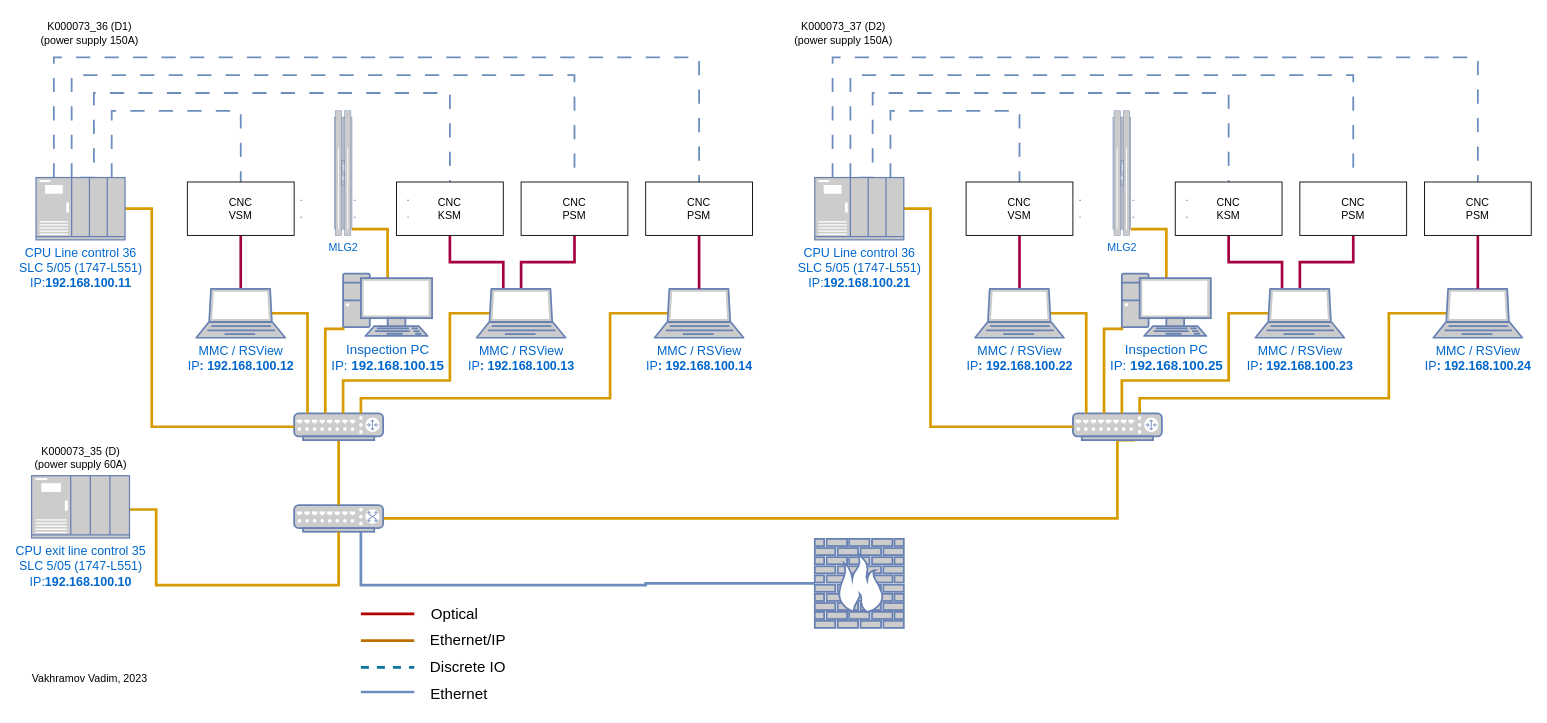
Before: page "Network BR-C2" (1 of 2) of BR-C2_network_diagram.drawio in megavad/Diagrams, a draw.io diagram. Source tidied: cells renumbered, new cells numbered last; positions are measured from the earlier drawing's top-left corner, leaving out a move shared by most shapes. Both pictures are drawn from the tidied source at 89%, with x=0, y=0 at pixel (22, 15).
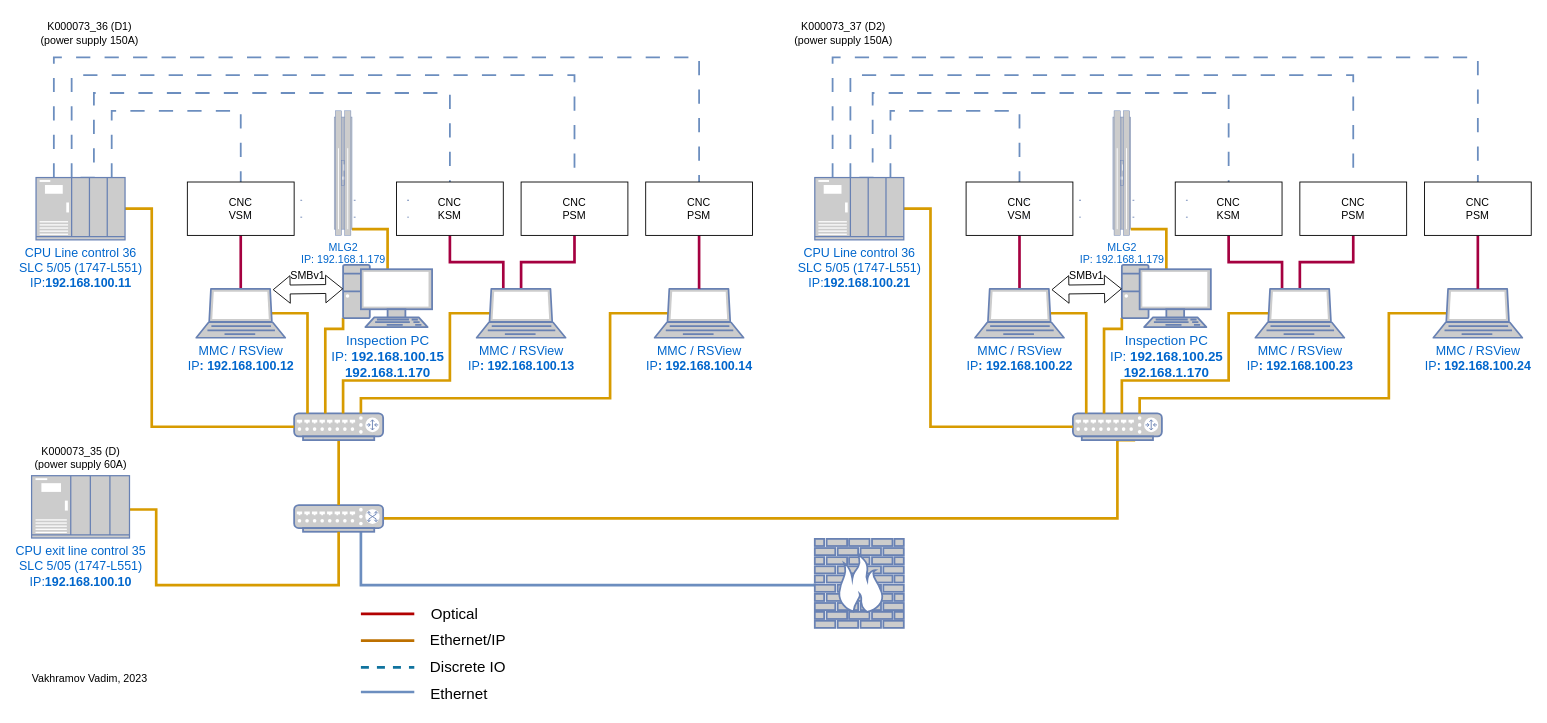
Above is the later version.

Unchanged cells that the change refers to:
```xml
<mxCell id="4" style="fontColor=#0066CC;verticalAlign=top;verticalLabelPosition=bottom;labelPosition=center;align=center;html=1;outlineConnect=0;fillColor=#CCCCCC;strokeColor=#6881B3;gradientColor=none;gradientDirection=north;strokeWidth=2;shape=mxgraph.networks.switch;" parent="1" vertex="1">
  <mxGeometry x="305" y="550" width="100" height="30" as="geometry" />
</mxCell>
<mxCell id="51" style="fontColor=#0066CC;verticalAlign=top;verticalLabelPosition=bottom;labelPosition=center;align=center;html=1;outlineConnect=0;fillColor=#CCCCCC;strokeColor=#6881B3;gradientColor=none;gradientDirection=north;strokeWidth=2;shape=mxgraph.networks.firewall;" parent="1" vertex="1">
  <mxGeometry x="890" y="588" width="100" height="100" as="geometry" />
</mxCell>
```

The edit, as a diff of the source:
```diff
@@
     <mxCell id="3" style="edgeStyle=orthogonalEdgeStyle;rounded=0;jettySize=auto;html=1;entryX=0;entryY=0.5;entryDx=0;entryDy=0;entryPerimeter=0;strokeWidth=3;endArrow=none;endFill=0;fillColor=#dae8fc;strokeColor=#6c8ebf;" parent="1" edge="1" source="4" target="51">
       <mxGeometry relative="1" as="geometry">
         <Array as="points">
           <mxPoint x="380" y="640" />
-          <mxPoint x="700" y="640" />
+          <mxPoint x="890" y="640" />
         </Array>
       </mxGeometry>
     </mxCell>
@@
-    <mxCell id="41" value="Inspection PC&lt;br&gt;IP: &lt;b&gt;192.168.100.15&lt;/b&gt;" style="fontColor=#0066CC;verticalAlign=top;verticalLabelPosition=bottom;labelPosition=center;align=center;html=1;outlineConnect=0;fillColor=#CCCCCC;strokeColor=#6881B3;gradientColor=none;gradientDirection=north;strokeWidth=2;shape=mxgraph.networks.pc;fontSize=15;" parent="1" vertex="1">
-      <mxGeometry x="360" y="290" width="100" height="70" as="geometry" />
+    <mxCell id="41" value="Inspection PC&lt;br&gt;IP: &lt;b&gt;192.168.100.15&lt;br&gt;192.168.1.170&lt;br&gt;&lt;/b&gt;" style="fontColor=#0066CC;verticalAlign=top;verticalLabelPosition=bottom;labelPosition=center;align=center;html=1;outlineConnect=0;fillColor=#CCCCCC;strokeColor=#6881B3;gradientColor=none;gradientDirection=north;strokeWidth=2;shape=mxgraph.networks.pc;fontSize=15;" parent="1" vertex="1">
+      <mxGeometry x="360" y="280" width="100" height="70" as="geometry" />
     </mxCell>
@@
-    <mxCell id="50" value="MLG2" style="fontColor=#0066CC;verticalAlign=top;verticalLabelPosition=bottom;labelPosition=center;align=center;html=1;outlineConnect=0;fillColor=#CCCCCC;strokeColor=#6881B3;gradientColor=none;gradientDirection=north;strokeWidth=2;shape=mxgraph.networks.mainframe;" parent="1" vertex="1">
+    <mxCell id="50" value="MLG2&lt;br&gt;IP: 192.168.1.179" style="fontColor=#0066CC;verticalAlign=top;verticalLabelPosition=bottom;labelPosition=center;align=center;html=1;outlineConnect=0;fillColor=#CCCCCC;strokeColor=#6881B3;gradientColor=none;gradientDirection=north;strokeWidth=2;shape=mxgraph.networks.mainframe;" parent="1" vertex="1">
       <mxGeometry x="350" y="107" width="20" height="140" as="geometry" />
     </mxCell>
@@
-    <mxCell id="77" value="Inspection PC&lt;br&gt;IP: &lt;b&gt;192.168.100.25&lt;/b&gt;" style="fontColor=#0066CC;verticalAlign=top;verticalLabelPosition=bottom;labelPosition=center;align=center;html=1;outlineConnect=0;fillColor=#CCCCCC;strokeColor=#6881B3;gradientColor=none;gradientDirection=north;strokeWidth=2;shape=mxgraph.networks.pc;fontSize=15;" parent="1" vertex="1">
-      <mxGeometry x="1235" y="290" width="100" height="70" as="geometry" />
+    <mxCell id="77" value="Inspection PC&lt;br&gt;IP: &lt;b&gt;192.168.100.25&lt;br&gt;192.168.1.170&lt;br&gt;&lt;/b&gt;" style="fontColor=#0066CC;verticalAlign=top;verticalLabelPosition=bottom;labelPosition=center;align=center;html=1;outlineConnect=0;fillColor=#CCCCCC;strokeColor=#6881B3;gradientColor=none;gradientDirection=north;strokeWidth=2;shape=mxgraph.networks.pc;fontSize=15;" parent="1" vertex="1">
+      <mxGeometry x="1235" y="280" width="100" height="70" as="geometry" />
     </mxCell>
@@
-    <mxCell id="86" value="MLG2" style="fontColor=#0066CC;verticalAlign=top;verticalLabelPosition=bottom;labelPosition=center;align=center;html=1;outlineConnect=0;fillColor=#CCCCCC;strokeColor=#6881B3;gradientColor=none;gradientDirection=north;strokeWidth=2;shape=mxgraph.networks.mainframe;" parent="1" vertex="1">
+    <mxCell id="86" value="MLG2&lt;br&gt;IP: 192.168.1.179" style="fontColor=#0066CC;verticalAlign=top;verticalLabelPosition=bottom;labelPosition=center;align=center;html=1;outlineConnect=0;fillColor=#CCCCCC;strokeColor=#6881B3;gradientColor=none;gradientDirection=north;strokeWidth=2;shape=mxgraph.networks.mainframe;" parent="1" vertex="1">
       <mxGeometry x="1225" y="107" width="20" height="140" as="geometry" />
     </mxCell>
@@
+    <mxCell id="88" style="shape=flexArrow;endArrow=classic;startArrow=classic;html=1;rounded=0;" parent="1" edge="1">
+      <mxGeometry relative="1" as="geometry">
+        <mxPoint x="281" y="308" as="sourcePoint" />
+        <mxPoint x="360" y="307" as="targetPoint" />
+      </mxGeometry>
+    </mxCell>
+    <mxCell id="89" value="SMBv1" style="text;html=1;align=center;verticalAlign=middle;strokeColor=none;fillColor=none;" parent="1" vertex="1">
+      <mxGeometry x="290" y="277" width="60" height="30" as="geometry" />
+    </mxCell>
+    <mxCell id="90" style="shape=flexArrow;endArrow=classic;startArrow=classic;html=1;rounded=0;" parent="1" edge="1">
+      <mxGeometry relative="1" as="geometry">
+        <mxPoint x="1156" y="308" as="sourcePoint" />
+        <mxPoint x="1235" y="307" as="targetPoint" />
+      </mxGeometry>
+    </mxCell>
+    <mxCell id="91" value="SMBv1" style="text;html=1;align=center;verticalAlign=middle;strokeColor=none;fillColor=none;" parent="1" vertex="1">
+      <mxGeometry x="1165" y="277" width="60" height="30" as="geometry" />
+    </mxCell>
```
